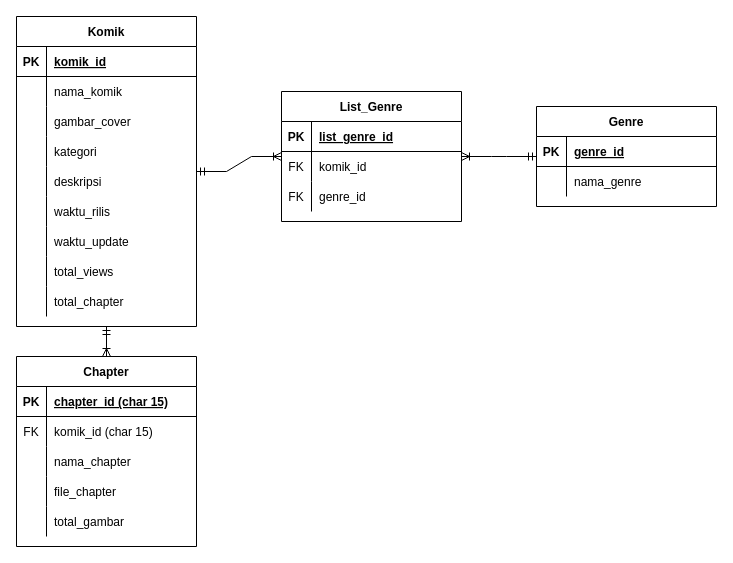
Before: page "Database" (2 of 2) of flow web.drawio in Aryanda04/web_komik, a draw.io diagram. Source tidied: cells renumbered, new cells numbered last; positions are measured from the earlier drawing's top-left corner, leaving out a move shared by most shapes. Both pictures are drawn from the tidied source at 100%, with x=0, y=0 at pixel (16, 16).
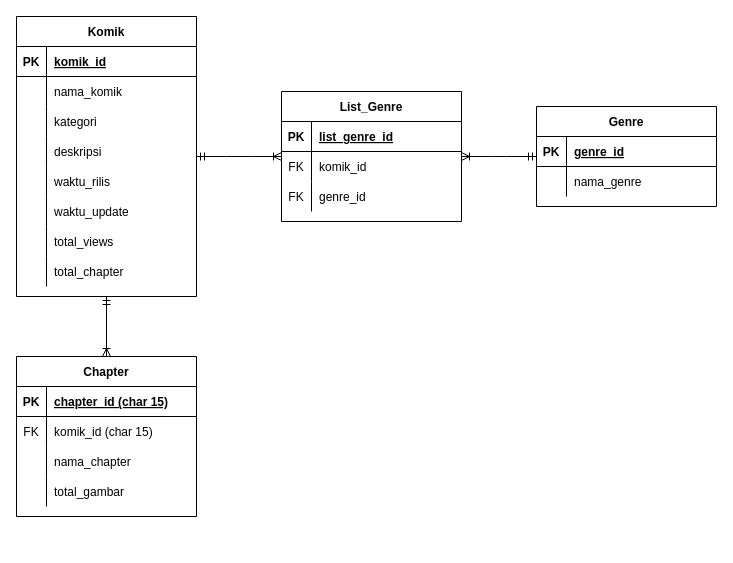
After the change.

Change to the diagram source:
```diff
@@
     <mxCell id="2" value="Komik" style="shape=table;startSize=30;childLayout=tableLayout;rowLines=0;fontStyle=1;align=center;" parent="1" vertex="1">
-      <mxGeometry width="180" height="310" as="geometry" />
+      <mxGeometry width="180" height="280" as="geometry" />
     </mxCell>
@@
-    <mxCell id="9" style="shape=partialRectangle;fillColor=none;top=0;left=0;bottom=0;right=0;" parent="2" vertex="1">
-      <mxGeometry y="90" width="180" height="30" as="geometry" />
-    </mxCell>
-    <mxCell id="10" style="shape=partialRectangle;fillColor=none;top=0;left=0;bottom=0;right=0;overflow=hidden;" parent="9" vertex="1">
-      <mxGeometry width="30" height="30" as="geometry" />
-    </mxCell>
-    <mxCell id="11" value="gambar_cover" style="shape=partialRectangle;fillColor=none;top=0;left=0;bottom=0;right=0;align=left;spacingLeft=6;overflow=hidden;" parent="9" vertex="1">
-      <mxGeometry x="30" width="150" height="30" as="geometry" />
-    </mxCell>
     <mxCell id="12" style="shape=partialRectangle;fillColor=none;top=0;left=0;bottom=0;right=0;" parent="2" vertex="1">
-      <mxGeometry y="120" width="180" height="30" as="geometry" />
+      <mxGeometry y="90" width="180" height="30" as="geometry" />
     </mxCell>
@@
     <mxCell id="15" style="shape=partialRectangle;fillColor=none;top=0;left=0;bottom=0;right=0;" parent="2" vertex="1">
-      <mxGeometry y="150" width="180" height="30" as="geometry" />
+      <mxGeometry y="120" width="180" height="30" as="geometry" />
     </mxCell>
@@
     <mxCell id="18" style="shape=partialRectangle;fillColor=none;top=0;left=0;bottom=0;right=0;" parent="2" vertex="1">
-      <mxGeometry y="180" width="180" height="30" as="geometry" />
+      <mxGeometry y="150" width="180" height="30" as="geometry" />
     </mxCell>
@@
     <mxCell id="21" style="shape=partialRectangle;fillColor=none;top=0;left=0;bottom=0;right=0;" parent="2" vertex="1">
-      <mxGeometry y="210" width="180" height="30" as="geometry" />
+      <mxGeometry y="180" width="180" height="30" as="geometry" />
     </mxCell>
@@
     <mxCell id="24" style="shape=partialRectangle;fillColor=none;top=0;left=0;bottom=0;right=0;" parent="2" vertex="1">
-      <mxGeometry y="240" width="180" height="30" as="geometry" />
+      <mxGeometry y="210" width="180" height="30" as="geometry" />
     </mxCell>
@@
     <mxCell id="27" style="shape=partialRectangle;fillColor=none;top=0;left=0;bottom=0;right=0;" parent="2" vertex="1">
-      <mxGeometry y="270" width="180" height="30" as="geometry" />
+      <mxGeometry y="240" width="180" height="30" as="geometry" />
     </mxCell>
@@
     <mxCell id="49" value="Chapter" style="shape=table;startSize=30;childLayout=tableLayout;rowLines=0;fontStyle=1;align=center;" parent="1" vertex="1">
-      <mxGeometry y="340" width="180" height="190" as="geometry" />
+      <mxGeometry y="340" width="180" height="160" as="geometry" />
     </mxCell>
@@
-    <mxCell id="59" style="shape=partialRectangle;fillColor=none;top=0;left=0;bottom=0;right=0;" parent="49" vertex="1">
-      <mxGeometry y="120" width="180" height="30" as="geometry" />
-    </mxCell>
-    <mxCell id="60" style="shape=partialRectangle;fillColor=none;top=0;left=0;bottom=0;right=0;overflow=hidden;" parent="59" vertex="1">
-      <mxGeometry width="30" height="30" as="geometry" />
-    </mxCell>
-    <mxCell id="61" value="file_chapter" style="shape=partialRectangle;fillColor=none;top=0;left=0;bottom=0;right=0;align=left;spacingLeft=6;overflow=hidden;" parent="59" vertex="1">
-      <mxGeometry x="30" width="150" height="30" as="geometry" />
-    </mxCell>
     <mxCell id="62" style="shape=partialRectangle;fillColor=none;top=0;left=0;bottom=0;right=0;" parent="49" vertex="1">
-      <mxGeometry y="150" width="180" height="30" as="geometry" />
+      <mxGeometry y="120" width="180" height="30" as="geometry" />
     </mxCell>
```
